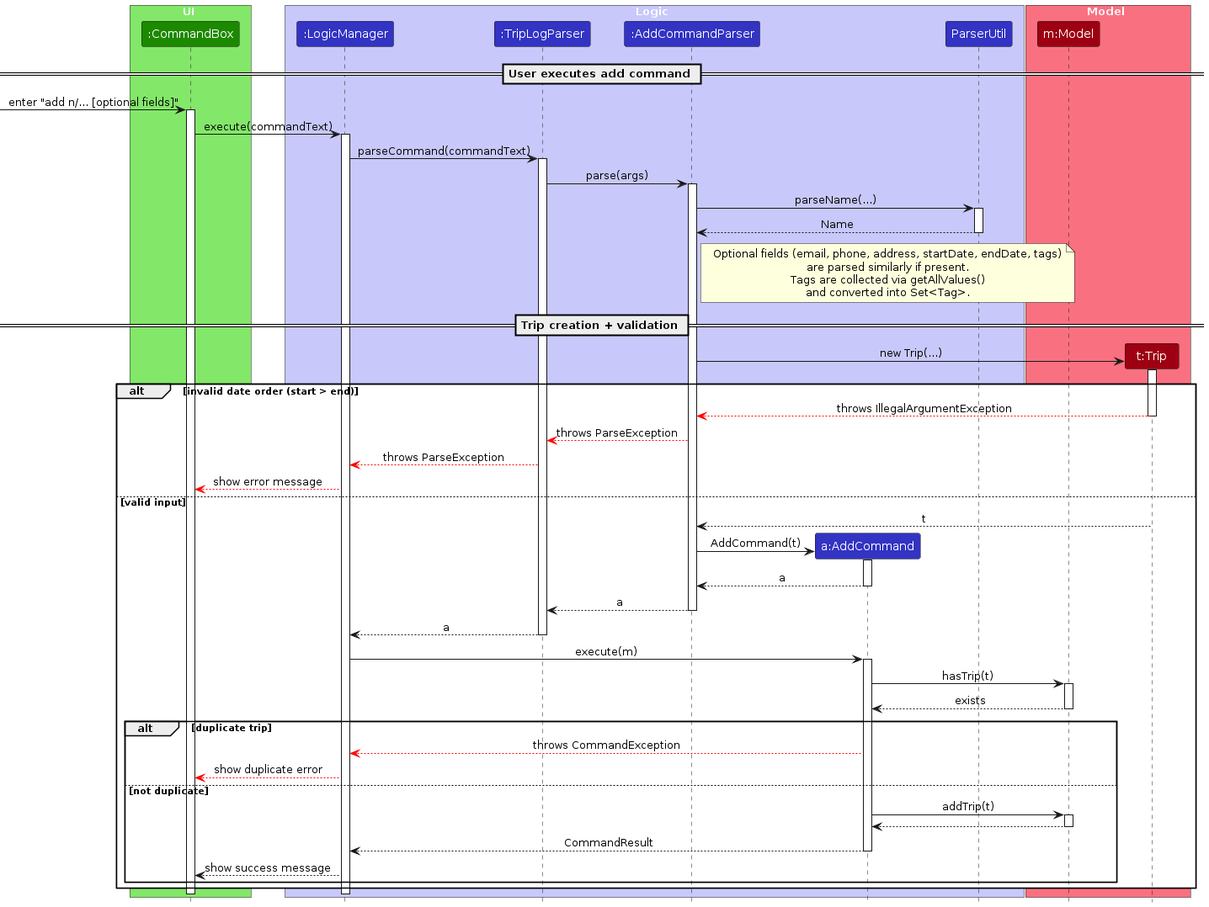
Above: diagrams/AddSequenceDiagram.png in AY2526S2-CS2103-F13-2/tp (PlantUML), before the change. Its source is kept beside it as diagrams/AddSequenceDiagram.puml.
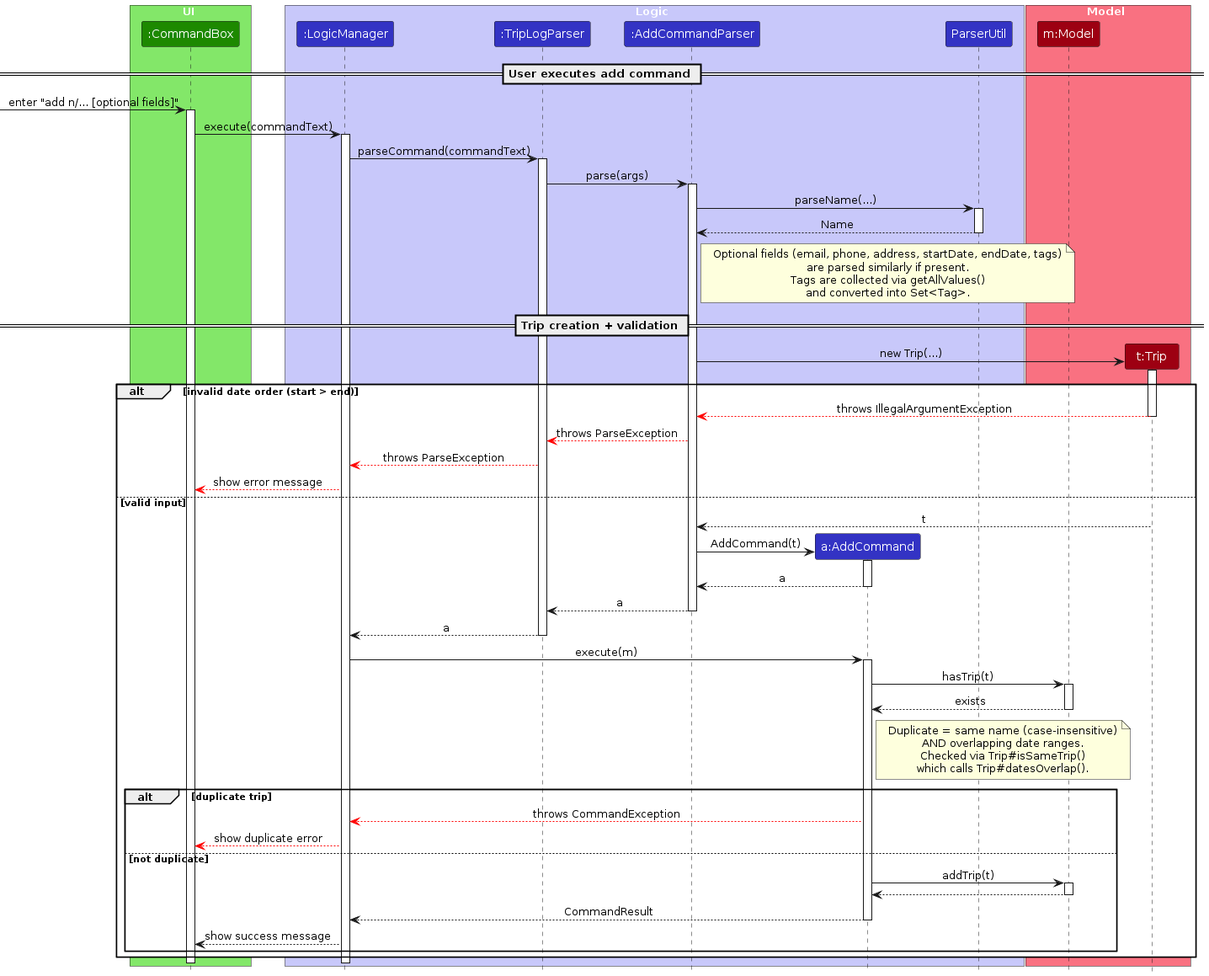
Later version of the same file.

Diff of the diagram source:
```diff
@@ -81,6 +81,13 @@
     Model --> AddCommand : exists
     deactivate Model
 
+    note right of AddCommand
+    Duplicate = same name (case-insensitive)
+    AND overlapping date ranges.
+    Checked via Trip#isSameTrip()
+    which calls Trip#datesOverlap().
+    end note
+
     alt duplicate trip
         AddCommand --[#red]> LogicManager : throws CommandException
         LogicManager --[#red]> CommandBox : show duplicate error
```
